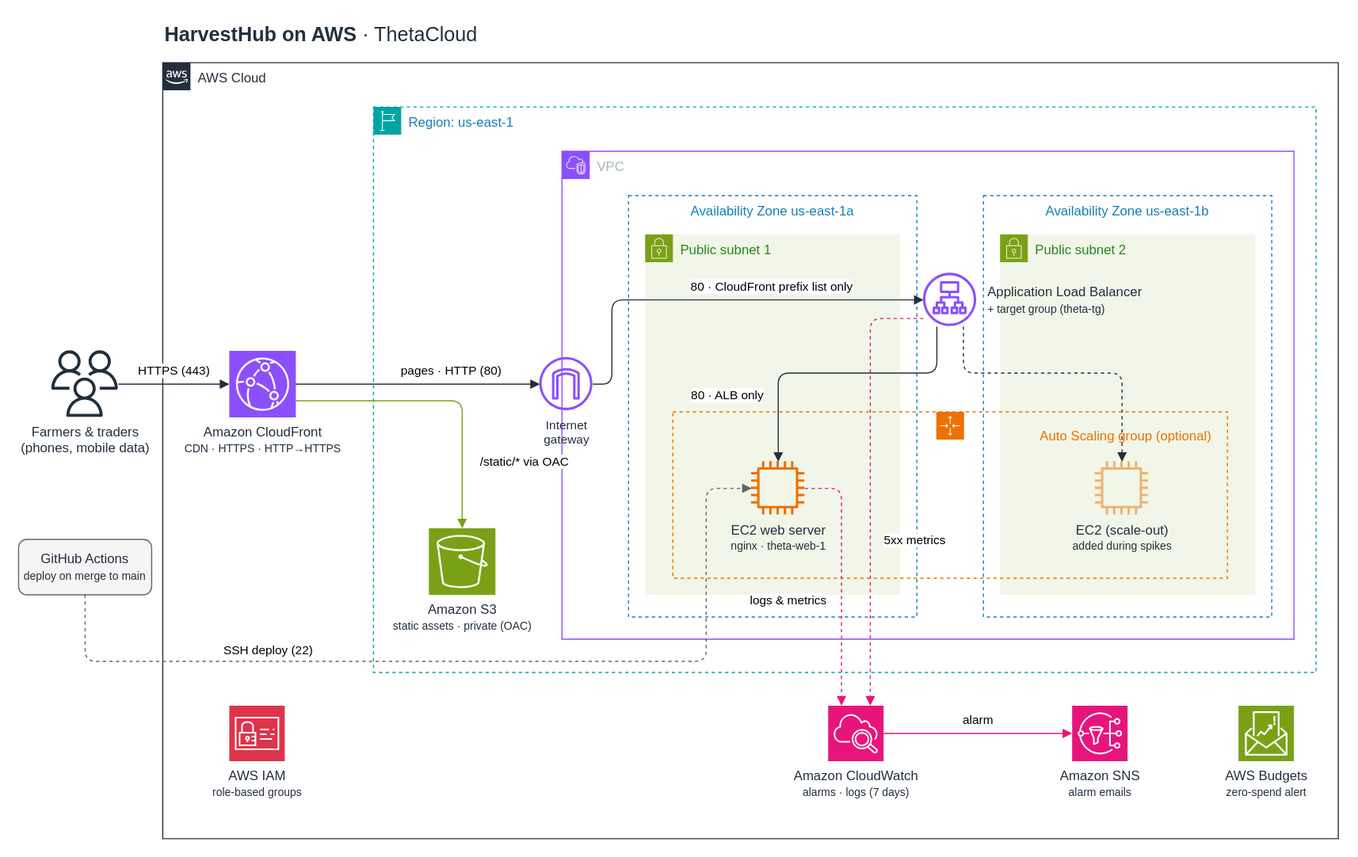
The draw.io diagram docs/architecture.svg in Theta-AWS-Cloud/AWS-Project-End-to-End-Cloud-Solution-Design-Deployment, before a commit. Source tidied: cells renumbered, new cells last; positions are measured from the earlier drawing's top-left corner, leaving out a move shared by most shapes.
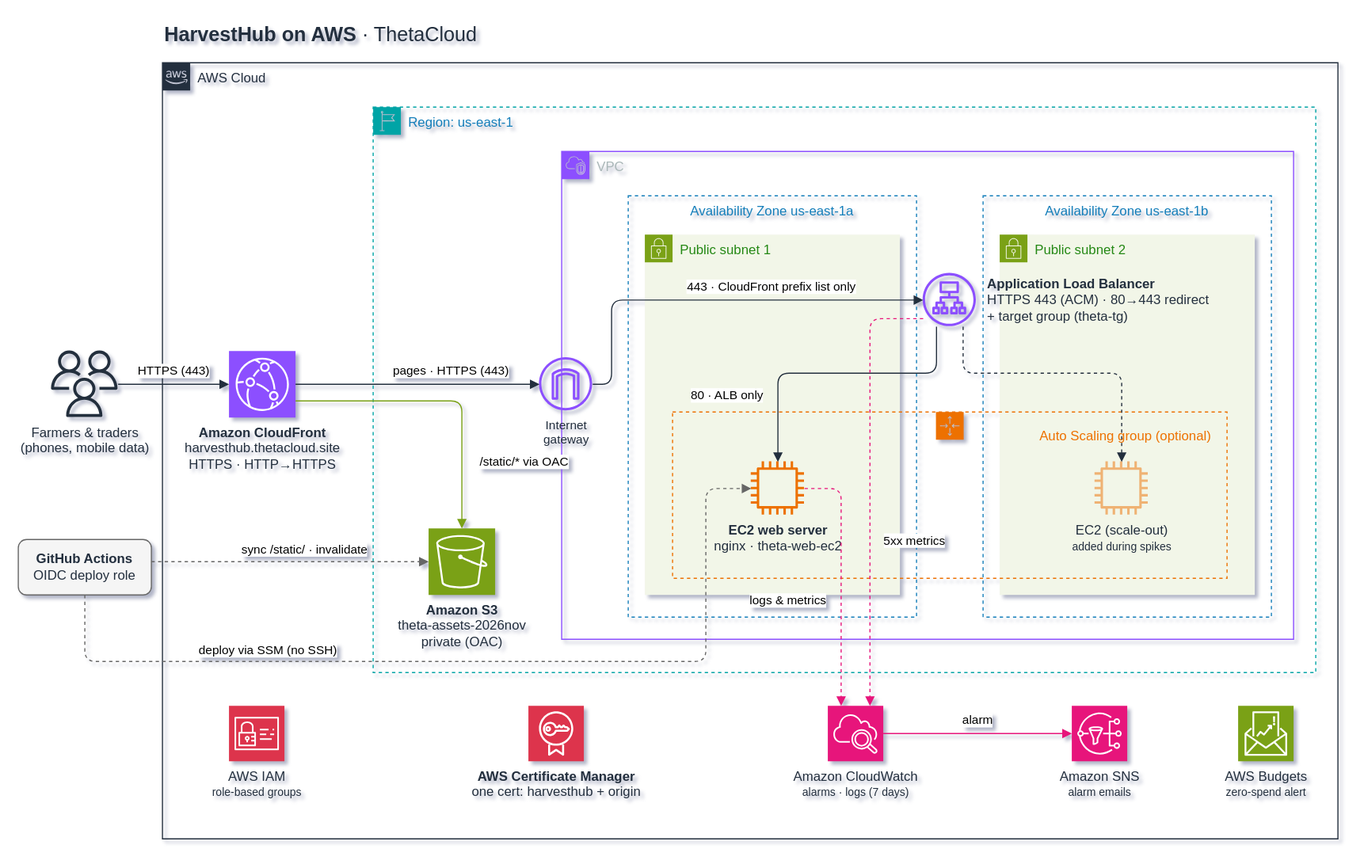
After the change.

Commit message:
Update architecture diagram for the deployed setup

What changed in the source:
```diff
@@ -32,22 +32,22 @@
     <mxCell id="11" value="Farmers &amp;amp; traders&lt;br&gt;(phones, mobile data)" style="sketch=0;outlineConnect=0;fontColor=#232F3E;gradientColor=none;fillColor=#232F3D;strokeColor=none;dashed=0;verticalLabelPosition=bottom;verticalAlign=top;align=center;html=1;fontSize=12;fontStyle=0;shape=mxgraph.aws4.users;" parent="1" vertex="1">
       <mxGeometry x="30" y="300" width="60" height="60" as="geometry" />
     </mxCell>
-    <mxCell id="12" value="GitHub Actions&lt;br&gt;&lt;font style=&quot;font-size:10px&quot;&gt;deploy on merge to main&lt;/font&gt;" style="rounded=1;whiteSpace=wrap;html=1;fillColor=#F5F5F5;strokeColor=#666666;fontColor=#232F3E;fontSize=12;" parent="1" vertex="1">
+    <mxCell id="12" value="&lt;b&gt;GitHub Actions&lt;/b&gt;&lt;br&gt;OIDC deploy role" style="rounded=1;whiteSpace=wrap;html=1;fillColor=#F5F5F5;strokeColor=#666666;fontColor=#232F3E;fontSize=12;" parent="1" vertex="1">
       <mxGeometry y="470" width="120" height="50" as="geometry" />
     </mxCell>
-    <mxCell id="13" value="Amazon CloudFront&lt;br&gt;&lt;font style=&quot;font-size:10px&quot;&gt;CDN · HTTPS · HTTP→HTTPS&lt;/font&gt;" style="sketch=0;points=[[0,0,0],[0.25,0,0],[0.5,0,0],[0.75,0,0],[1,0,0],[0,1,0],[0.25,1,0],[0.5,1,0],[0.75,1,0],[1,1,0],[0,0.25,0],[0,0.5,0],[0,0.75,0],[1,0.25,0],[1,0.5,0],[1,0.75,0]];outlineConnect=0;fontColor=#232F3E;fillColor=#8C4FFF;strokeColor=#ffffff;dashed=0;verticalLabelPosition=bottom;verticalAlign=top;align=center;html=1;fontSize=12;fontStyle=0;shape=mxgraph.aws4.resourceIcon;resIcon=mxgraph.aws4.cloudfront;" parent="1" vertex="1">
+    <mxCell id="13" value="&lt;b&gt;Amazon CloudFront&lt;/b&gt;&lt;br&gt;harvesthub.thetacloud.site&lt;br&gt;HTTPS · HTTP→HTTPS" style="sketch=0;points=[[0,0,0],[0.25,0,0],[0.5,0,0],[0.75,0,0],[1,0,0],[0,1,0],[0.25,1,0],[0.5,1,0],[0.75,1,0],[1,1,0],[0,0.25,0],[0,0.5,0],[0,0.75,0],[1,0.25,0],[1,0.5,0],[1,0.75,0]];outlineConnect=0;fontColor=#232F3E;fillColor=#8C4FFF;strokeColor=#ffffff;dashed=0;verticalLabelPosition=bottom;verticalAlign=top;align=center;html=1;fontSize=12;fontStyle=0;shape=mxgraph.aws4.resourceIcon;resIcon=mxgraph.aws4.cloudfront;" parent="1" vertex="1">
       <mxGeometry x="190" y="300" width="60" height="60" as="geometry" />
     </mxCell>
-    <mxCell id="14" value="Amazon S3&lt;br&gt;&lt;font style=&quot;font-size:10px&quot;&gt;static assets · private (OAC)&lt;/font&gt;" style="sketch=0;points=[[0,0,0],[0.25,0,0],[0.5,0,0],[0.75,0,0],[1,0,0],[0,1,0],[0.25,1,0],[0.5,1,0],[0.75,1,0],[1,1,0],[0,0.25,0],[0,0.5,0],[0,0.75,0],[1,0.25,0],[1,0.5,0],[1,0.75,0]];outlineConnect=0;fontColor=#232F3E;fillColor=#7AA116;strokeColor=#ffffff;dashed=0;verticalLabelPosition=bottom;verticalAlign=top;align=center;html=1;fontSize=12;fontStyle=0;shape=mxgraph.aws4.resourceIcon;resIcon=mxgraph.aws4.s3;" parent="1" vertex="1">
+    <mxCell id="14" value="&lt;b&gt;Amazon S3&lt;/b&gt;&lt;br&gt;theta-assets-2026nov&lt;br&gt;private (OAC)" style="sketch=0;points=[[0,0,0],[0.25,0,0],[0.5,0,0],[0.75,0,0],[1,0,0],[0,1,0],[0.25,1,0],[0.5,1,0],[0.75,1,0],[1,1,0],[0,0.25,0],[0,0.5,0],[0,0.75,0],[1,0.25,0],[1,0.5,0],[1,0.75,0]];outlineConnect=0;fontColor=#232F3E;fillColor=#7AA116;strokeColor=#ffffff;dashed=0;verticalLabelPosition=bottom;verticalAlign=top;align=center;html=1;fontSize=12;fontStyle=0;shape=mxgraph.aws4.resourceIcon;resIcon=mxgraph.aws4.s3;" parent="1" vertex="1">
       <mxGeometry x="370" y="460" width="60" height="60" as="geometry" />
     </mxCell>
     <mxCell id="15" value="Internet&lt;br&gt;gateway" style="sketch=0;outlineConnect=0;fontColor=#232F3E;gradientColor=none;fillColor=#8C4FFF;strokeColor=none;dashed=0;verticalLabelPosition=bottom;verticalAlign=top;align=center;html=1;fontSize=11;fontStyle=0;shape=mxgraph.aws4.internet_gateway;" parent="1" vertex="1">
       <mxGeometry x="470" y="306" width="48" height="48" as="geometry" />
     </mxCell>
-    <mxCell id="16" value="Application Load Balancer&lt;br&gt;&lt;font style=&quot;font-size:10px&quot;&gt;+ target group (theta-tg)&lt;/font&gt;" style="sketch=0;outlineConnect=0;fontColor=#232F3E;gradientColor=none;fillColor=#8C4FFF;strokeColor=none;dashed=0;verticalAlign=middle;html=1;fontSize=12;fontStyle=0;shape=mxgraph.aws4.application_load_balancer;labelPosition=right;verticalLabelPosition=middle;align=left;spacingLeft=8;" parent="1" vertex="1">
+    <mxCell id="16" value="&lt;b&gt;Application Load Balancer&lt;/b&gt;&lt;br&gt;HTTPS 443 (ACM) · 80→443 redirect&lt;br&gt;+ target group (theta-tg)" style="sketch=0;outlineConnect=0;fontColor=#232F3E;gradientColor=none;fillColor=#8C4FFF;strokeColor=none;dashed=0;verticalAlign=middle;html=1;fontSize=12;fontStyle=0;shape=mxgraph.aws4.application_load_balancer;labelPosition=right;verticalLabelPosition=middle;align=left;spacingLeft=8;" parent="1" vertex="1">
       <mxGeometry x="816" y="230" width="48" height="48" as="geometry" />
     </mxCell>
-    <mxCell id="17" value="EC2 web server&lt;br&gt;&lt;font style=&quot;font-size:10px&quot;&gt;nginx · theta-web-1&lt;/font&gt;" style="sketch=0;outlineConnect=0;fontColor=#232F3E;gradientColor=none;fillColor=#ED7100;strokeColor=none;dashed=0;verticalLabelPosition=bottom;verticalAlign=top;align=center;html=1;fontSize=12;fontStyle=0;shape=mxgraph.aws4.instance2;" parent="1" vertex="1">
+    <mxCell id="17" value="&lt;b&gt;EC2 web server&lt;/b&gt;&lt;br&gt;nginx · theta-web-ec2" style="sketch=0;outlineConnect=0;fontColor=#232F3E;gradientColor=none;fillColor=#ED7100;strokeColor=none;dashed=0;verticalLabelPosition=bottom;verticalAlign=top;align=center;html=1;fontSize=12;fontStyle=0;shape=mxgraph.aws4.instance2;" parent="1" vertex="1">
       <mxGeometry x="661" y="400" width="48" height="48" as="geometry" />
     </mxCell>
     <mxCell id="18" value="EC2 (scale-out)&lt;br&gt;&lt;font style=&quot;font-size:10px&quot;&gt;added during spikes&lt;/font&gt;" style="sketch=0;outlineConnect=0;fontColor=#232F3E;gradientColor=none;fillColor=#ED7100;strokeColor=none;dashed=0;verticalLabelPosition=bottom;verticalAlign=top;align=center;html=1;fontSize=12;fontStyle=0;shape=mxgraph.aws4.instance2;opacity=50;" parent="1" vertex="1">
@@ -70,12 +70,12 @@
         <mxPoint y="-12" as="offset" />
       </mxGeometry>
     </mxCell>
-    <mxCell id="24" value="pages · HTTP (80)" style="edgeStyle=orthogonalEdgeStyle;html=1;endArrow=block;endFill=1;fontSize=11;labelBackgroundColor=default;strokeColor=#232F3E;exitX=1;exitY=0.5;entryX=0;entryY=0.5;" parent="1" edge="1" source="13" target="15">
+    <mxCell id="24" value="pages · HTTPS (443)" style="edgeStyle=orthogonalEdgeStyle;html=1;endArrow=block;endFill=1;fontSize=11;labelBackgroundColor=default;strokeColor=#232F3E;exitX=1;exitY=0.5;entryX=0;entryY=0.5;" parent="1" edge="1" source="13" target="15">
       <mxGeometry x="0.27" relative="1" as="geometry">
         <mxPoint y="-12" as="offset" />
       </mxGeometry>
     </mxCell>
-    <mxCell id="25" value="80 · CloudFront prefix list only" style="edgeStyle=orthogonalEdgeStyle;html=1;endArrow=block;endFill=1;fontSize=11;labelBackgroundColor=default;strokeColor=#232F3E;exitX=1;exitY=0.5;entryX=0;entryY=0.5;" parent="1" edge="1" source="15" target="16">
+    <mxCell id="25" value="443 · CloudFront prefix list only" style="edgeStyle=orthogonalEdgeStyle;html=1;endArrow=block;endFill=1;fontSize=11;labelBackgroundColor=default;strokeColor=#232F3E;exitX=1;exitY=0.5;entryX=0;entryY=0.5;" parent="1" edge="1" source="15" target="16">
       <mxGeometry x="0.27" relative="1" as="geometry">
         <Array as="points">
           <mxPoint x="535" y="330" />
@@ -109,7 +109,7 @@
         <mxPoint x="56" as="offset" />
       </mxGeometry>
     </mxCell>
-    <mxCell id="29" value="SSH deploy (22)" style="edgeStyle=orthogonalEdgeStyle;html=1;endArrow=block;endFill=1;fontSize=11;labelBackgroundColor=default;strokeColor=#666666;dashed=1;exitX=0.5;exitY=1;entryX=0;entryY=0.5;" parent="1" edge="1" source="12" target="17">
+    <mxCell id="29" value="deploy via SSM (no SSH)" style="edgeStyle=orthogonalEdgeStyle;html=1;endArrow=block;endFill=1;fontSize=11;labelBackgroundColor=default;strokeColor=#666666;dashed=1;exitX=0.5;exitY=1;entryX=0;entryY=0.5;" parent="1" edge="1" source="12" target="17">
       <mxGeometry x="-0.45" relative="1" as="geometry">
         <Array as="points">
           <mxPoint x="60" y="580" />
@@ -140,5 +140,13 @@
         <mxPoint x="40" as="offset" />
       </mxGeometry>
     </mxCell>
+    <mxCell id="33" value="&lt;b&gt;AWS Certificate Manager&lt;/b&gt;&lt;br&gt;one cert: harvesthub + origin" style="sketch=0;fontColor=#232F3E;fillColor=#DD344C;strokeColor=#ffffff;dashed=0;verticalLabelPosition=bottom;verticalAlign=top;align=center;html=1;fontSize=12;fontStyle=0;shape=mxgraph.aws4.resourceIcon;resIcon=mxgraph.aws4.certificate_manager;" parent="1" vertex="1">
+      <mxGeometry x="460" y="620" width="50" height="50" as="geometry" />
+    </mxCell>
+    <mxCell id="34" value="sync /static/ · invalidate" style="edgeStyle=orthogonalEdgeStyle;html=1;endArrow=block;endFill=1;fontSize=11;labelBackgroundColor=default;strokeColor=#666666;dashed=1;exitX=1;exitY=0.4;entryX=0;entryY=0.5;" parent="1" edge="1" source="12" target="14">
+      <mxGeometry x="0.1" relative="1" as="geometry">
+        <mxPoint y="-11" as="offset" />
+      </mxGeometry>
+    </mxCell>
   </root>
 </mxGraphModel>
```
